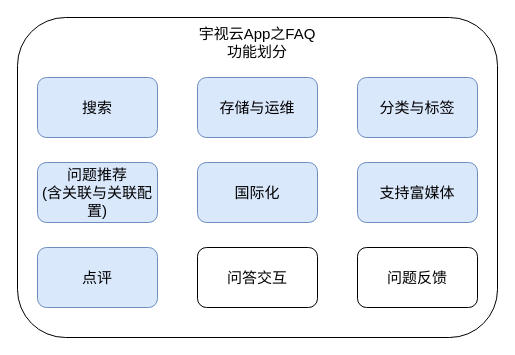
HuaHero/OnLineFaq keeps this draw.io diagram as 宇视云之FAQ系统模块划分.drawio. Above is the earlier version. Source tidied: cells renumbered, new cells numbered last; positions are measured from the earlier drawing's top-left corner, leaving out a move shared by most shapes. Both pictures are drawn from the tidied source at 100%, with x=0, y=0 at pixel (17, 17).
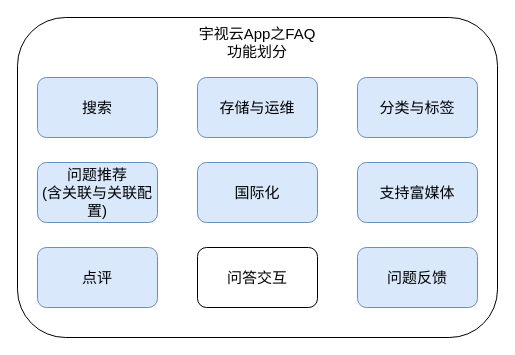
After the change.

Commit message:
更新宇视云之FAQ系统模块划分.drawio

Diff of the diagram source:
```diff
@@
 <mxGraphModel>
   <root>
     <mxCell id="0" />
     <mxCell id="1" parent="0" />
     <mxCell id="2" style="rounded=1;whiteSpace=wrap;html=1;fontSize=15;" parent="1" vertex="1">
       <mxGeometry width="480" height="320" as="geometry" />
     </mxCell>
     <mxCell id="3" value="搜索" style="rounded=1;whiteSpace=wrap;html=1;fontSize=15;fillColor=#dae8fc;strokeColor=#6c8ebf;" parent="1" vertex="1">
       <mxGeometry x="20" y="60" width="120" height="60" as="geometry" />
     </mxCell>
     <mxCell id="4" value="存储与运维" style="rounded=1;whiteSpace=wrap;html=1;fontSize=15;fillColor=#dae8fc;strokeColor=#6c8ebf;" parent="1" vertex="1">
       <mxGeometry x="180" y="60" width="120" height="60" as="geometry" />
     </mxCell>
     <mxCell id="5" value="分类与标签" style="rounded=1;whiteSpace=wrap;html=1;fontSize=15;fillColor=#dae8fc;strokeColor=#6c8ebf;" parent="1" vertex="1">
       <mxGeometry x="340" y="60" width="120" height="60" as="geometry" />
     </mxCell>
     <mxCell id="6" value="问题推荐&lt;div&gt;(含关联与关联配置)&lt;/div&gt;" style="rounded=1;whiteSpace=wrap;html=1;fontSize=15;fillColor=#dae8fc;strokeColor=#6c8ebf;" parent="1" vertex="1">
       <mxGeometry x="20" y="145" width="120" height="60" as="geometry" />
     </mxCell>
     <mxCell id="7" value="问答交互" style="rounded=1;whiteSpace=wrap;html=1;fontSize=15;" parent="1" vertex="1">
       <mxGeometry x="180" y="230" width="120" height="60" as="geometry" />
     </mxCell>
     <mxCell id="8" value="国际化" style="rounded=1;whiteSpace=wrap;html=1;fontSize=15;fillColor=#dae8fc;strokeColor=#6c8ebf;" parent="1" vertex="1">
       <mxGeometry x="180" y="145" width="120" height="60" as="geometry" />
     </mxCell>
     <mxCell id="9" value="支持富媒体" style="rounded=1;whiteSpace=wrap;html=1;fontSize=15;fillColor=#dae8fc;strokeColor=#6c8ebf;" parent="1" vertex="1">
       <mxGeometry x="340" y="145" width="120" height="60" as="geometry" />
     </mxCell>
     <mxCell id="10" value="点评" style="rounded=1;whiteSpace=wrap;html=1;fontSize=15;fillColor=#dae8fc;strokeColor=#6c8ebf;" parent="1" vertex="1">
       <mxGeometry x="20" y="230" width="120" height="60" as="geometry" />
     </mxCell>
     <mxCell id="11" value="宇视云App之FAQ功能划分" style="text;html=1;align=center;verticalAlign=middle;whiteSpace=wrap;rounded=0;fontSize=15;" parent="1" vertex="1">
       <mxGeometry x="180" y="10" width="120" height="30" as="geometry" />
     </mxCell>
-    <mxCell id="12" value="问题反馈" style="rounded=1;whiteSpace=wrap;html=1;fontSize=15;" parent="1" vertex="1">
+    <mxCell id="12" value="问题反馈" style="rounded=1;whiteSpace=wrap;html=1;fontSize=15;fillColor=#dae8fc;strokeColor=#6c8ebf;" parent="1" vertex="1">
       <mxGeometry x="340" y="230" width="120" height="60" as="geometry" />
     </mxCell>
   </root>
 </mxGraphModel>
```
